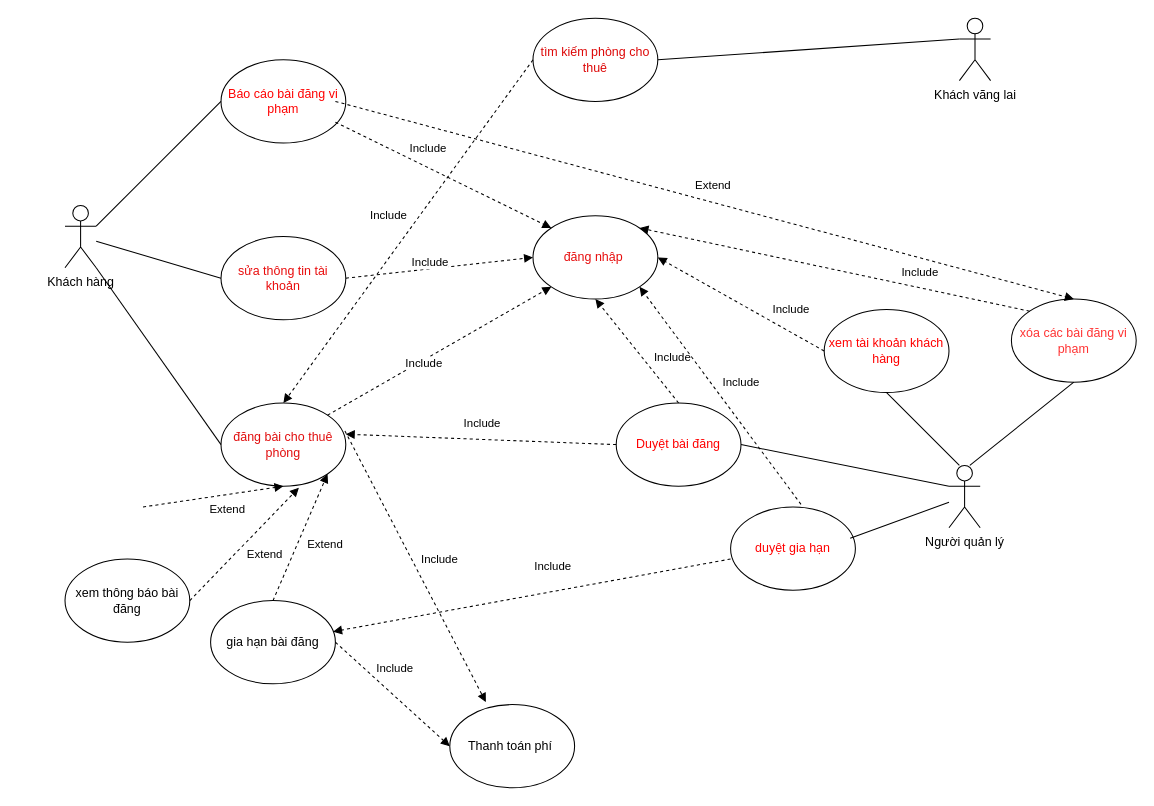
Earlier version of the draw.io diagram usecase.drawio (Uechi123/PTTKHTTT). Source tidied: cells renumbered, new cells numbered last; positions are measured from the earlier drawing's top-left corner, leaving out a move shared by most shapes. Both pictures are drawn from the tidied source at 104%, with x=0, y=0 at pixel (64, 18).
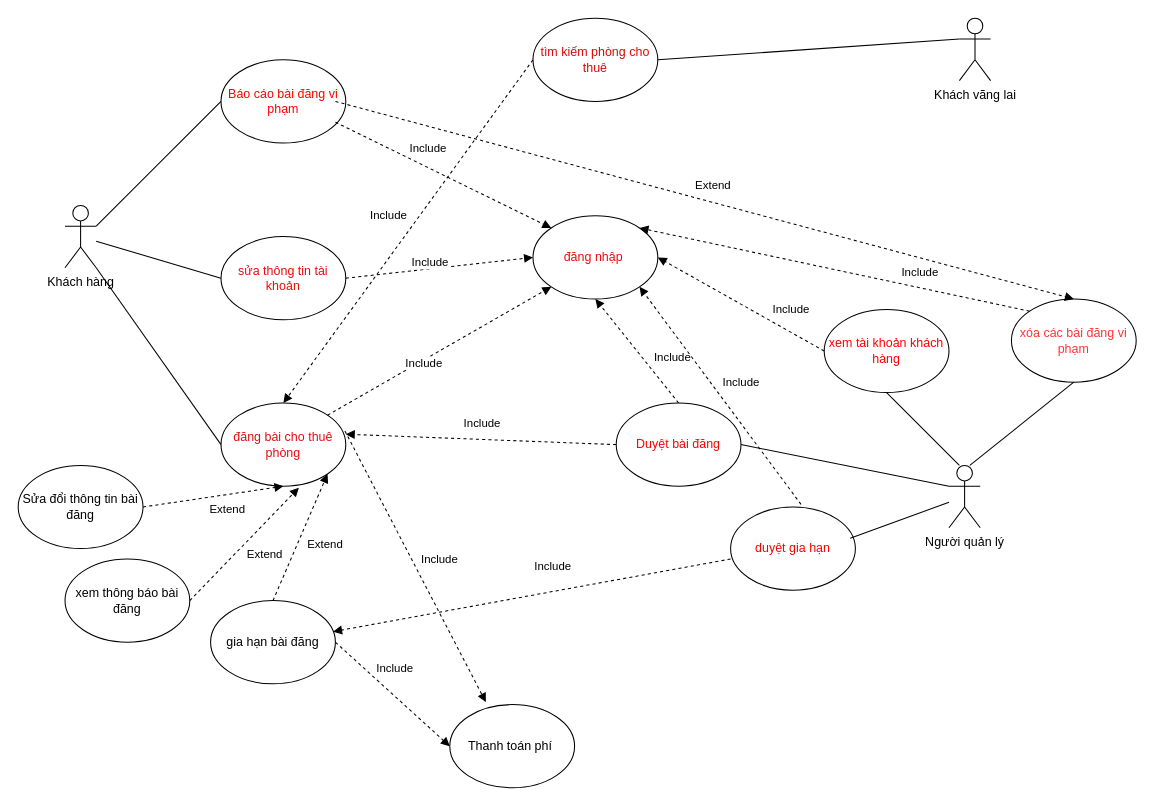
The same diagram, later.

Diff of the diagram source:
```diff
@@
+    <mxCell id="57" value="Sửa đổi thông tin bài đăng" style="ellipse;whiteSpace=wrap;html=1;" parent="1" vertex="1">
+      <mxGeometry x="-45" y="430" width="120" height="80" as="geometry" />
+    </mxCell>
```
